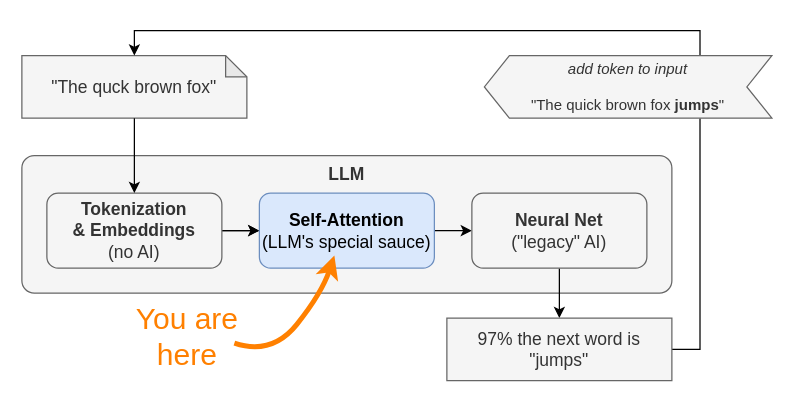
This is book/images/05/llm-flow-self-attention.drawio from yshavit/llm-notes, a draw.io file, before an edit. Source tidied: cells renumbered, new cells numbered last; positions are measured from the earlier drawing's top-left corner, leaving out a move shared by most shapes. Both pictures are drawn from the tidied source at 125%, with x=0, y=0 at pixel (21, 55).
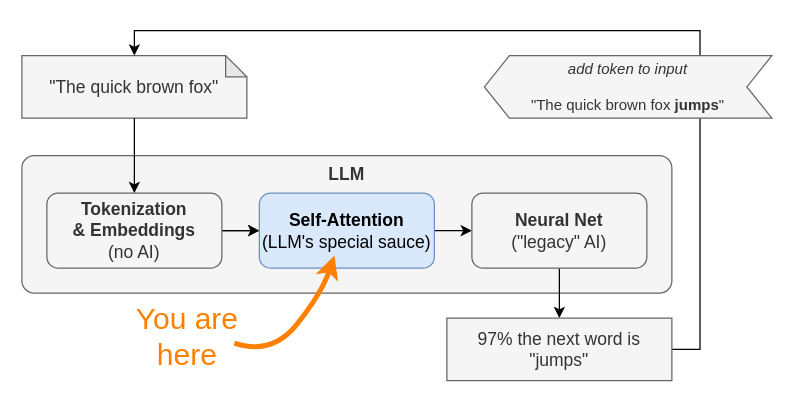
After the change.

What changed in the source:
```diff
@@
-    <mxCell id="2" value="&quot;The quck brown fox&quot;" style="shape=note;whiteSpace=wrap;html=1;backgroundOutline=1;darkOpacity=0.05;size=17;fillColor=#f5f5f5;strokeColor=#666666;fontSize=14;fontColor=#333333;" parent="1" vertex="1">
+    <mxCell id="2" value="&quot;The quick brown fox&quot;" style="shape=note;whiteSpace=wrap;html=1;backgroundOutline=1;darkOpacity=0.05;size=17;fillColor=#f5f5f5;strokeColor=#666666;fontSize=14;fontColor=#333333;" parent="1" vertex="1">
       <mxGeometry width="180" height="50" as="geometry" />
     </mxCell>
```
